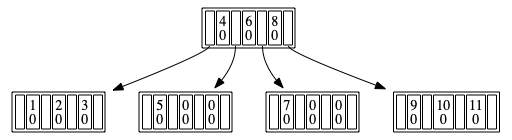
This is dump.png from Fedya1998/B-Tree, a Graphviz export, as it was before one commit. Its source is kept beside it as dump.gv.
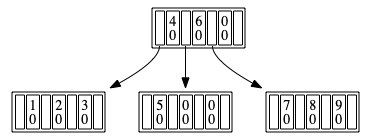
The same file after the commit.

The edit, as a diff of the source:
```diff
@@ -1,26 +1,21 @@
 digraph G{
-node0x7f8fb4402b20 [
+node0x7fc038402b20 [
 shape=plaintext label = < <table border='1' cellborder='1'>
-<tr><td port='port0'> </td><td>4<br/>0</td><td port='port1'> </td><td>6<br/>0</td><td port='port2'> </td><td>8<br/>0</td><td port='port3'> </td>
+<tr><td port='port0'> </td><td>4<br/>0</td><td port='port1'> </td><td>6<br/>0</td><td port='port2'> </td><td>0<br/>0</td><td port='port3'> </td>
 </tr></table> >]
-node0x7f8fb4402b20:port0 -> node0x7f8fb4402a20
-node0x7f8fb4402a20 [
+node0x7fc038402b20:port0 -> node0x7fc038402a20
+node0x7fc038402a20 [
 shape=plaintext label = < <table border='1' cellborder='1'>
 <tr><td port='port0'> </td><td>1<br/>0</td><td port='port1'> </td><td>2<br/>0</td><td port='port2'> </td><td>3<br/>0</td><td port='port3'> </td>
 </tr></table> >]
-node0x7f8fb4402b20:port1 -> node0x7f8fb4402aa0
-node0x7f8fb4402aa0 [
+node0x7fc038402b20:port1 -> node0x7fc038402aa0
+node0x7fc038402aa0 [
 shape=plaintext label = < <table border='1' cellborder='1'>
 <tr><td port='port0'> </td><td>5<br/>0</td><td port='port1'> </td><td>0<br/>0</td><td port='port2'> </td><td>0<br/>0</td><td port='port3'> </td>
 </tr></table> >]
-node0x7f8fb4402b20:port2 -> node0x7f8fb4402ba0
-node0x7f8fb4402ba0 [
+node0x7fc038402b20:port2 -> node0x7fc038402ba0
+node0x7fc038402ba0 [
 shape=plaintext label = < <table border='1' cellborder='1'>
-<tr><td port='port0'> </td><td>7<br/>0</td><td port='port1'> </td><td>0<br/>0</td><td port='port2'> </td><td>0<br/>0</td><td port='port3'> </td>
-</tr></table> >]
-node0x7f8fb4402b20:port3 -> node0x7f8fb4402c20
-node0x7f8fb4402c20 [
-shape=plaintext label = < <table border='1' cellborder='1'>
-<tr><td port='port0'> </td><td>9<br/>0</td><td port='port1'> </td><td>10<br/>0</td><td port='port2'> </td><td>11<br/>0</td><td port='port3'> </td>
+<tr><td port='port0'> </td><td>7<br/>0</td><td port='port1'> </td><td>8<br/>0</td><td port='port2'> </td><td>9<br/>0</td><td port='port3'> </td>
 </tr></table> >]
 }
```
